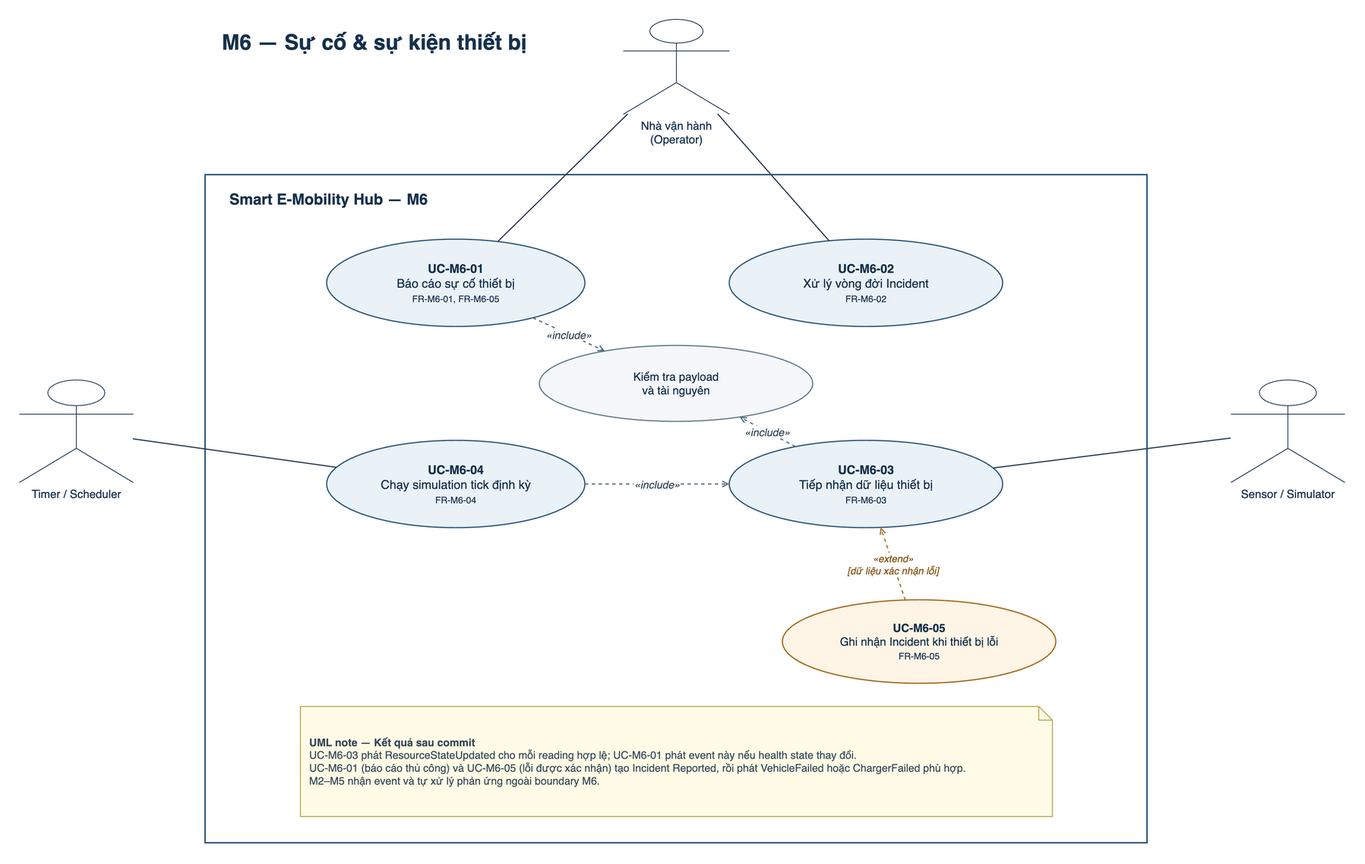
Above: docs/figures/m6_use_case.drawio.png in Jennie3306/smart-emobility-hub (draw.io), before the change. Source tidied: cells renumbered, new cells last; positions are measured from the earlier drawing's top-left corner, leaving out a move shared by most shapes.
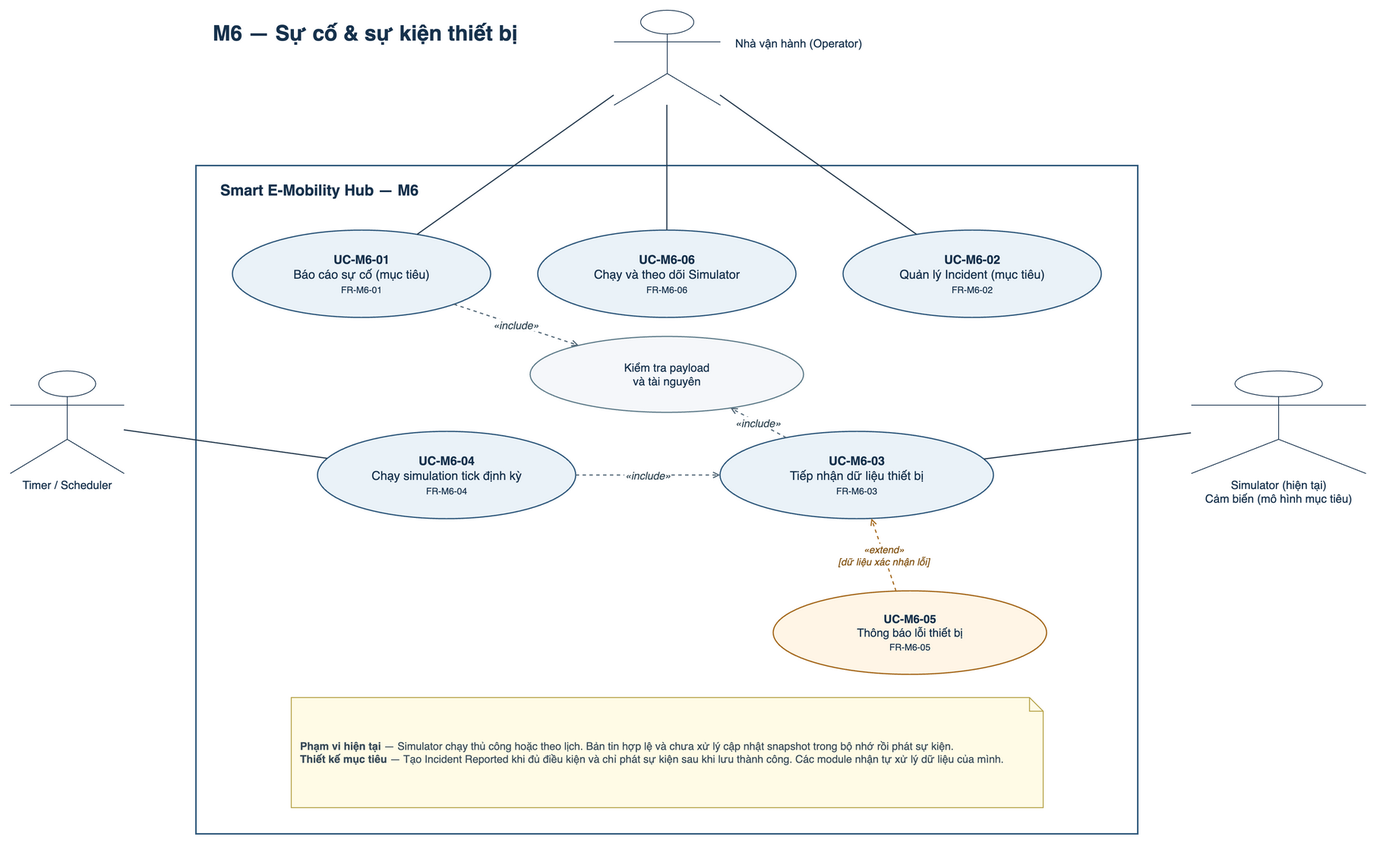
The same diagram one commit later.

The edit, as a diff of the source:
```diff
@@ -11,21 +11,24 @@
     <mxCell id="4" value="Smart E-Mobility Hub — M6" style="text;html=1;align=left;verticalAlign=middle;fontSize=20;fontStyle=1;fontColor=#17324D;" parent="1" vertex="1">
       <mxGeometry x="275" y="218" width="450" height="38" as="geometry" />
     </mxCell>
-    <mxCell id="5" value="Nhà vận hành&#10;(Operator)" style="shape=umlActor;verticalLabelPosition=bottom;verticalAlign=top;html=1;outlineConnect=0;fontSize=15;fontColor=#17324D;strokeColor=#17324D;fillColor=#FFFFFF;" parent="1" vertex="1">
+    <mxCell id="5" style="shape=umlActor;verticalLabelPosition=bottom;verticalAlign=top;html=1;outlineConnect=0;fontSize=15;fontColor=#17324D;strokeColor=#17324D;fillColor=#FFFFFF;" parent="1" vertex="1">
       <mxGeometry x="795" width="140" height="125" as="geometry" />
     </mxCell>
     <mxCell id="6" value="Timer / Scheduler" style="shape=umlActor;verticalLabelPosition=bottom;verticalAlign=top;html=1;outlineConnect=0;fontSize=15;fontColor=#17324D;strokeColor=#17324D;fillColor=#FFFFFF;" parent="1" vertex="1">
       <mxGeometry y="475" width="150" height="135" as="geometry" />
     </mxCell>
-    <mxCell id="7" value="Sensor / Simulator" style="shape=umlActor;verticalLabelPosition=bottom;verticalAlign=top;html=1;outlineConnect=0;fontSize=15;fontColor=#17324D;strokeColor=#17324D;fillColor=#FFFFFF;" parent="1" vertex="1">
-      <mxGeometry x="1595" y="475" width="150" height="135" as="geometry" />
+    <mxCell id="7" value="Simulator (hiện tại)&lt;br&gt;Cảm biến (mô hình mục tiêu)" style="shape=umlActor;verticalLabelPosition=bottom;verticalAlign=top;html=1;outlineConnect=0;fontSize=15;fontColor=#17324D;strokeColor=#17324D;fillColor=#FFFFFF;" parent="1" vertex="1">
+      <mxGeometry x="1555" y="475" width="230" height="135" as="geometry" />
     </mxCell>
-    <mxCell id="8" value="&lt;b&gt;UC-M6-01&lt;/b&gt;&lt;br&gt;Báo cáo sự cố thiết bị&lt;br&gt;&lt;font style=&quot;font-size:12px&quot;&gt;FR-M6-01, FR-M6-05&lt;/font&gt;" style="ellipse;whiteSpace=wrap;html=1;fillColor=#EAF2F8;strokeColor=#315A7D;strokeWidth=1.6;fontColor=#17324D;fontSize=16;align=center;verticalAlign=middle;spacing=10;" parent="1" vertex="1">
-      <mxGeometry x="405" y="290" width="340" height="115" as="geometry" />
+    <mxCell id="8" value="&lt;b&gt;UC-M6-01&lt;/b&gt;&lt;br&gt;Báo cáo sự cố (mục tiêu)&lt;br&gt;&lt;font style=&quot;font-size:12px&quot;&gt;FR-M6-01&lt;/font&gt;" style="ellipse;whiteSpace=wrap;html=1;fillColor=#EAF2F8;strokeColor=#315A7D;strokeWidth=1.6;fontColor=#17324D;fontSize=16;align=center;verticalAlign=middle;spacing=10;" parent="1" vertex="1">
+      <mxGeometry x="293" y="290" width="340" height="115" as="geometry" />
     </mxCell>
-    <mxCell id="9" value="&lt;b&gt;UC-M6-02&lt;/b&gt;&lt;br&gt;Xử lý vòng đời Incident&lt;br&gt;&lt;font style=&quot;font-size:12px&quot;&gt;FR-M6-02&lt;/font&gt;" style="ellipse;whiteSpace=wrap;html=1;fillColor=#EAF2F8;strokeColor=#315A7D;strokeWidth=1.6;fontColor=#17324D;fontSize=16;align=center;verticalAlign=middle;spacing=10;" parent="1" vertex="1">
-      <mxGeometry x="935" y="290" width="360" height="115" as="geometry" />
+    <mxCell id="9" value="&lt;b&gt;UC-M6-02&lt;/b&gt;&lt;br&gt;Quản lý Incident (mục tiêu)&lt;br&gt;&lt;font style=&quot;font-size:12px&quot;&gt;FR-M6-02&lt;/font&gt;" style="ellipse;whiteSpace=wrap;html=1;fillColor=#EAF2F8;strokeColor=#315A7D;strokeWidth=1.6;fontColor=#17324D;fontSize=16;align=center;verticalAlign=middle;spacing=10;" parent="1" vertex="1">
+      <mxGeometry x="1097" y="290" width="340" height="115" as="geometry" />
     </mxCell>
+    <mxCell id="23" value="&lt;b&gt;UC-M6-06&lt;/b&gt;&lt;br&gt;Chạy và theo dõi Simulator&lt;br&gt;&lt;font style=&quot;font-size:12px&quot;&gt;FR-M6-06&lt;/font&gt;" style="ellipse;whiteSpace=wrap;html=1;fillColor=#EAF2F8;strokeColor=#315A7D;strokeWidth=1.6;fontColor=#17324D;fontSize=16;align=center;verticalAlign=middle;spacing=10;" parent="1" vertex="1">
+      <mxGeometry x="695" y="290" width="340" height="115" as="geometry" />
+    </mxCell>
     <mxCell id="10" value="&lt;b&gt;UC-M6-04&lt;/b&gt;&lt;br&gt;Chạy simulation tick định kỳ&lt;br&gt;&lt;font style=&quot;font-size:12px&quot;&gt;FR-M6-04&lt;/font&gt;" style="ellipse;whiteSpace=wrap;html=1;fillColor=#EAF2F8;strokeColor=#315A7D;strokeWidth=1.6;fontColor=#17324D;fontSize=16;align=center;verticalAlign=middle;spacing=10;" parent="1" vertex="1">
       <mxGeometry x="405" y="555" width="340" height="115" as="geometry" />
     </mxCell>
@@ -35,10 +38,10 @@
     <mxCell id="12" value="Kiểm tra payload&#10;và tài nguyên" style="ellipse;whiteSpace=wrap;html=1;fillColor=#F5F7FA;strokeColor=#607D8B;strokeWidth=1.5;fontColor=#17324D;fontSize=15;align=center;verticalAlign=middle;spacing=10;" parent="1" vertex="1">
       <mxGeometry x="685" y="430" width="360" height="100" as="geometry" />
     </mxCell>
-    <mxCell id="13" value="&lt;b&gt;UC-M6-05&lt;/b&gt;&lt;br&gt;Ghi nhận Incident khi thiết bị lỗi&lt;br&gt;&lt;font style=&quot;font-size:12px&quot;&gt;FR-M6-05&lt;/font&gt;" style="ellipse;whiteSpace=wrap;html=1;fillColor=#FFF5E6;strokeColor=#A66A1F;strokeWidth=1.6;fontColor=#17324D;fontSize=15;align=center;verticalAlign=middle;spacing=10;" parent="1" vertex="1">
+    <mxCell id="13" value="&lt;b&gt;UC-M6-05&lt;/b&gt;&lt;br&gt;Thông báo lỗi thiết bị&lt;br&gt;&lt;font style=&quot;font-size:12px&quot;&gt;FR-M6-05&lt;/font&gt;" style="ellipse;whiteSpace=wrap;html=1;fillColor=#FFF5E6;strokeColor=#A66A1F;strokeWidth=1.6;fontColor=#17324D;fontSize=15;align=center;verticalAlign=middle;spacing=10;" parent="1" vertex="1">
       <mxGeometry x="1005" y="765" width="360" height="110" as="geometry" />
     </mxCell>
-    <mxCell id="14" value="&lt;b&gt;UML note — Kết quả sau commit&lt;/b&gt;&lt;br&gt;UC-M6-03 phát ResourceStateUpdated cho mỗi reading hợp lệ; UC-M6-01 phát event này nếu health state thay đổi.&lt;br&gt;UC-M6-01 (báo cáo thủ công) và UC-M6-05 (lỗi được xác nhận) tạo Incident Reported, rồi phát VehicleFailed hoặc ChargerFailed phù hợp.&lt;br&gt;M2–M5 nhận event và tự xử lý phản ứng ngoài boundary M6." style="shape=note;whiteSpace=wrap;html=1;size=18;fillColor=#FFFBE6;strokeColor=#B7A44A;strokeWidth=1.2;fontColor=#394B59;fontSize=14;align=left;verticalAlign=middle;spacing=12;" parent="1" vertex="1">
+    <mxCell id="14" value="&lt;b&gt;Phạm vi hiện tại&lt;/b&gt; — Simulator chạy thủ công hoặc theo lịch. Bản tin hợp lệ và chưa xử lý cập nhật snapshot trong bộ nhớ rồi phát sự kiện.&lt;br&gt;&lt;b&gt;Thiết kế mục tiêu&lt;/b&gt; — Tạo Incident Reported khi đủ điều kiện và chỉ phát sự kiện sau khi lưu thành công. Các module nhận tự xử lý dữ liệu của mình." style="shape=note;whiteSpace=wrap;html=1;size=18;fillColor=#FFFBE6;strokeColor=#B7A44A;strokeWidth=1.2;fontColor=#394B59;fontSize=14;align=left;verticalAlign=middle;spacing=12;" parent="1" vertex="1">
       <mxGeometry x="370" y="905" width="990" height="145" as="geometry" />
     </mxCell>
     <mxCell id="15" style="endArrow=none;startArrow=none;strokeColor=#263B4F;strokeWidth=1.5;" parent="1" edge="1" source="5" target="8">
@@ -65,5 +68,11 @@
     <mxCell id="22" value="«extend»&#10;[dữ liệu xác nhận lỗi]" style="endArrow=open;endFill=0;dashed=1;strokeColor=#A66A1F;strokeWidth=1.5;fontColor=#855617;fontSize=13;fontStyle=2;labelBackgroundColor=#FFFFFF;" parent="1" edge="1" source="13" target="11">
       <mxGeometry relative="1" as="geometry" />
     </mxCell>
+    <mxCell id="24" style="endArrow=none;startArrow=none;strokeColor=#263B4F;strokeWidth=1.5;" parent="1" edge="1" source="5" target="23">
+      <mxGeometry relative="1" as="geometry" />
+    </mxCell>
+    <mxCell id="25" value="Nhà vận hành (Operator)" style="text;html=1;align=left;verticalAlign=middle;strokeColor=none;fillColor=none;fontFamily=Arial;fontSize=15;fontColor=#17324d;" parent="1" vertex="1">
+      <mxGeometry x="953" y="26" width="230" height="35" as="geometry" />
+    </mxCell>
   </root>
 </mxGraphModel>
```
